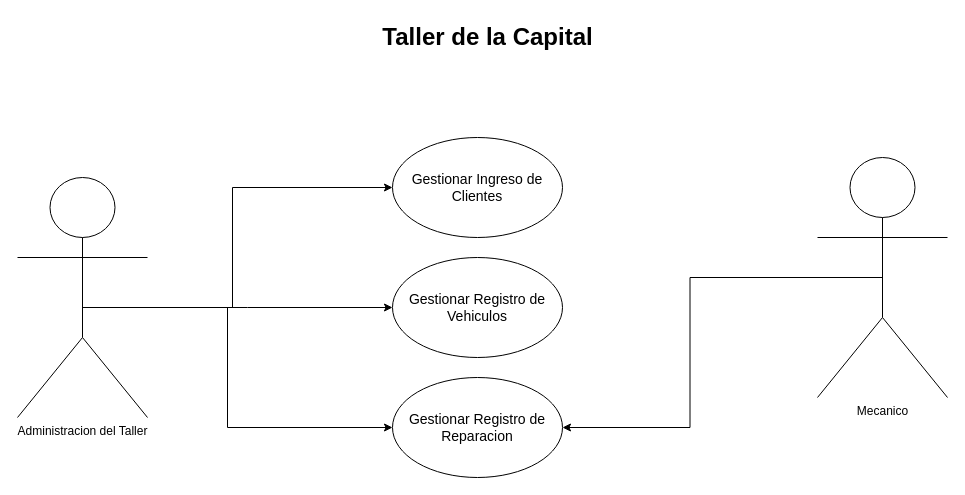
The draw.io diagram Untitled Diagram.drawio in Diego-Valladares/sc_302_documentacion, before the edit. Source tidied: cells renumbered, new cells numbered last; positions are measured from the earlier drawing's top-left corner, leaving out a move shared by most shapes. Both pictures are drawn from the tidied source at 100%, with x=0, y=0 at pixel (17, 17).
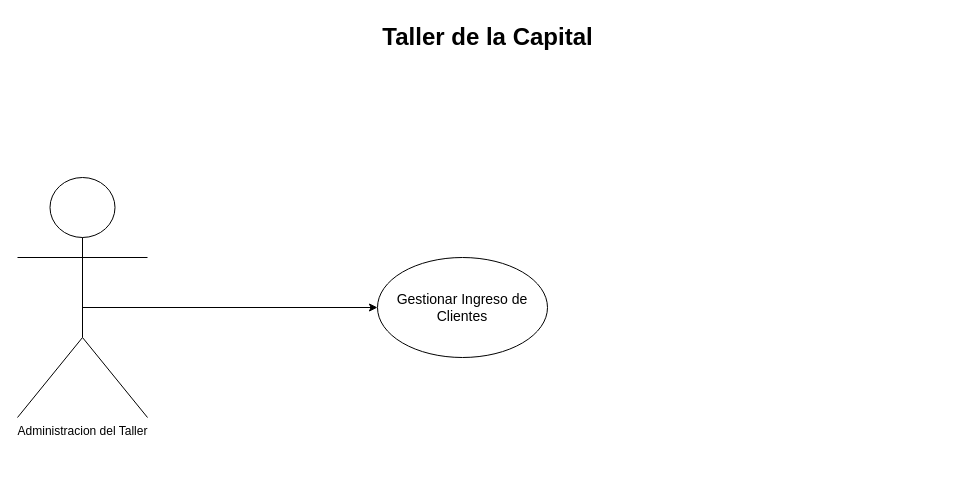
After the change.

The edit, as a diff of the source:
```diff
@@
 <mxGraphModel>
   <root>
     <mxCell id="0" />
     <mxCell id="1" parent="0" />
-    <mxCell id="2" style="edgeStyle=orthogonalEdgeStyle;rounded=0;jettySize=auto;html=1;exitX=0.5;exitY=0.5;exitDx=0;exitDy=0;exitPerimeter=0;" parent="1" edge="1" source="5" target="6">
+    <mxCell id="2" style="edgeStyle=orthogonalEdgeStyle;rounded=0;jettySize=auto;html=1;exitX=0.5;exitY=0.5;exitDx=0;exitDy=0;exitPerimeter=0;entryX=0;entryY=0.5;entryDx=0;entryDy=0;" parent="1" edge="1" source="5" target="6">
       <mxGeometry relative="1" as="geometry">
         <Array as="points">
           <mxPoint x="65" y="290" />
-          <mxPoint x="215" y="290" />
-          <mxPoint x="215" y="170" />
+          <mxPoint x="360" y="290" />
         </Array>
       </mxGeometry>
     </mxCell>
-    <mxCell id="3" style="edgeStyle=orthogonalEdgeStyle;rounded=0;jettySize=auto;html=1;" parent="1" edge="1" source="5" target="7">
-      <mxGeometry relative="1" as="geometry">
-        <Array as="points">
-          <mxPoint x="230" y="290" />
-          <mxPoint x="230" y="290" />
-        </Array>
-      </mxGeometry>
-    </mxCell>
-    <mxCell id="4" style="edgeStyle=orthogonalEdgeStyle;rounded=0;jettySize=auto;html=1;entryX=0;entryY=0.5;entryDx=0;entryDy=0;" parent="1" edge="1" source="5" target="11">
-      <mxGeometry relative="1" as="geometry">
-        <Array as="points">
-          <mxPoint x="210" y="290" />
-          <mxPoint x="210" y="410" />
-        </Array>
-      </mxGeometry>
-    </mxCell>
     <mxCell id="5" value="Administracion del Taller" style="shape=umlActor;verticalLabelPosition=bottom;verticalAlign=top;html=1;outlineConnect=0;labelBackgroundColor=none;labelBorderColor=none;" parent="1" vertex="1">
       <mxGeometry y="160" width="130" height="240" as="geometry" />
     </mxCell>
     <mxCell id="6" value="&lt;font style=&quot;font-size: 14px;&quot;&gt;Gestionar Ingreso de Clientes&lt;/font&gt;" style="ellipse;whiteSpace=wrap;html=1;" parent="1" vertex="1">
-      <mxGeometry x="375" y="120" width="170" height="100" as="geometry" />
+      <mxGeometry x="360" y="240" width="170" height="100" as="geometry" />
     </mxCell>
-    <mxCell id="7" value="&lt;font style=&quot;font-size: 14px;&quot;&gt;Gestionar Registro de Vehiculos&lt;/font&gt;" style="ellipse;whiteSpace=wrap;html=1;" parent="1" vertex="1">
-      <mxGeometry x="375" y="240" width="170" height="100" as="geometry" />
-    </mxCell>
     <mxCell id="8" value="Taller de la Capital" style="text;strokeColor=none;fillColor=none;html=1;fontSize=24;fontStyle=1;verticalAlign=middle;align=center;" parent="1" vertex="1">
       <mxGeometry x="420" width="100" height="40" as="geometry" />
     </mxCell>
-    <mxCell id="9" style="edgeStyle=orthogonalEdgeStyle;rounded=0;jettySize=auto;html=1;entryX=1;entryY=0.5;entryDx=0;entryDy=0;exitX=0.5;exitY=0.5;exitDx=0;exitDy=0;exitPerimeter=0;" parent="1" edge="1" source="10" target="11">
-      <mxGeometry relative="1" as="geometry" />
-    </mxCell>
-    <mxCell id="10" value="Mecanico" style="shape=umlActor;verticalLabelPosition=bottom;verticalAlign=top;html=1;outlineConnect=0;labelBackgroundColor=none;labelBorderColor=none;" parent="1" vertex="1">
-      <mxGeometry x="800" y="140" width="130" height="240" as="geometry" />
-    </mxCell>
-    <mxCell id="11" value="&lt;font style=&quot;font-size: 14px;&quot;&gt;Gestionar Registro de Reparacion&lt;/font&gt;" style="ellipse;whiteSpace=wrap;html=1;" parent="1" vertex="1">
-      <mxGeometry x="375" y="360" width="170" height="100" as="geometry" />
-    </mxCell>
   </root>
 </mxGraphModel>
```
